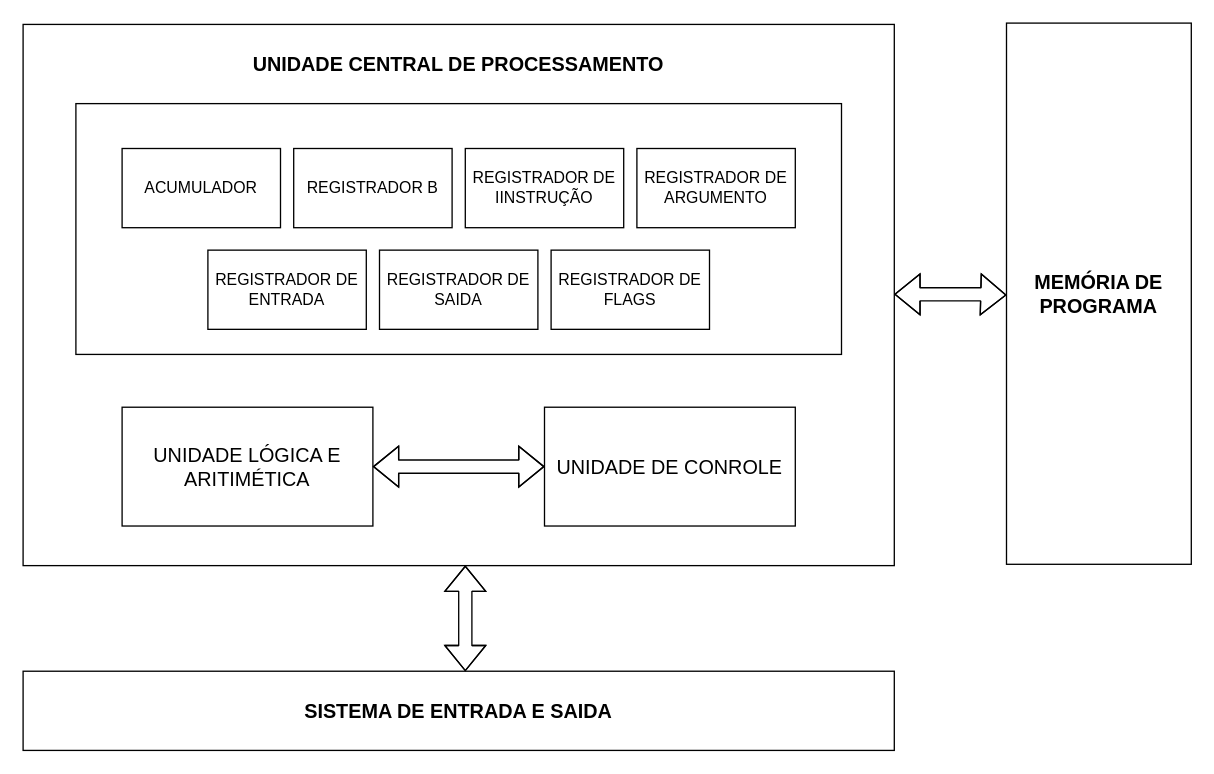
Earlier version of the draw.io diagram Solon-Tavares-Computer-1/arquitetura-hardware/ArquiteturaSTC1.drawio (Vinicius-Moraes20/computadores). Source tidied: cells renumbered, new cells numbered last; positions are measured from the earlier drawing's top-left corner, leaving out a move shared by most shapes. Both pictures are drawn from the tidied source at 132%, with x=0, y=0 at pixel (22, 22).
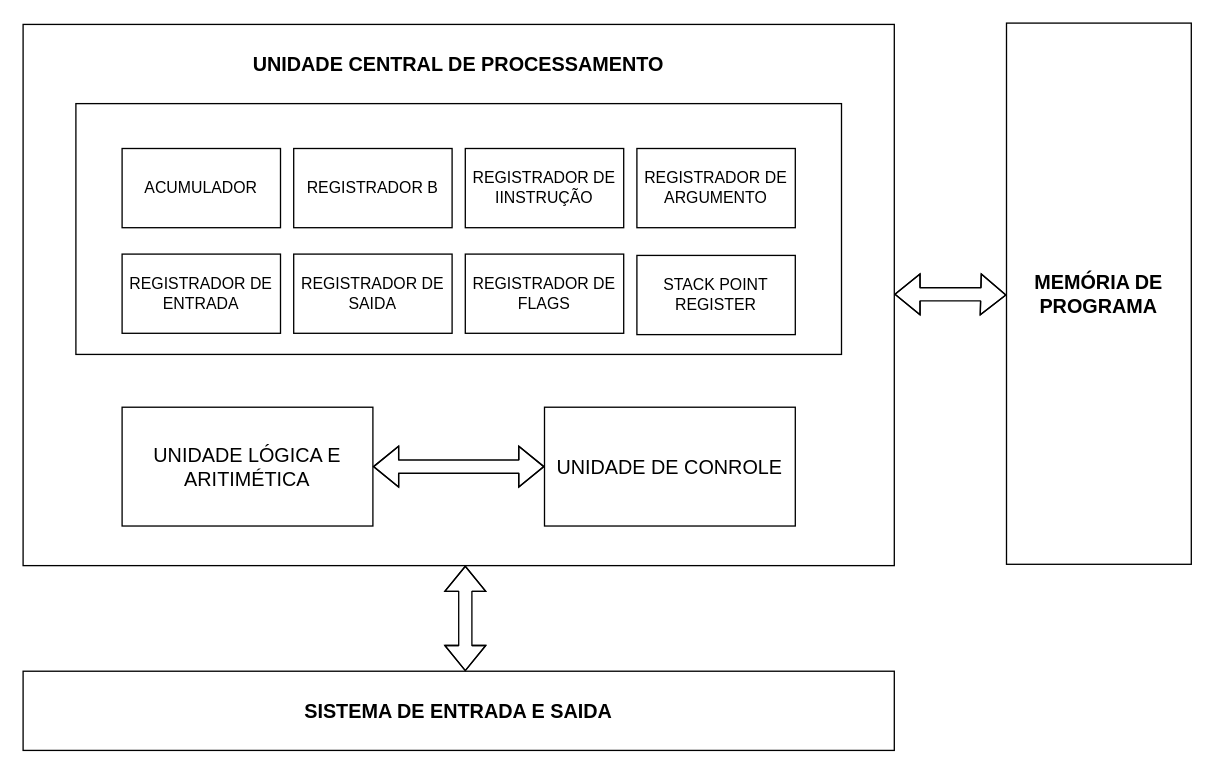
The same diagram, later.

What changed in the source:
```diff
@@
     <mxCell id="9" value="REGISTRADOR DE ENTRADA" style="rounded=0;whiteSpace=wrap;html=1;fillColor=none;" parent="1" vertex="1">
-      <mxGeometry x="140" y="172" width="120" height="60" as="geometry" />
+      <mxGeometry x="75" y="175" width="120" height="60" as="geometry" />
     </mxCell>
     <mxCell id="10" value="REGISTRADOR DE SAIDA" style="rounded=0;whiteSpace=wrap;html=1;fillColor=none;" parent="1" vertex="1">
-      <mxGeometry x="270" y="172" width="120" height="60" as="geometry" />
+      <mxGeometry x="205" y="175" width="120" height="60" as="geometry" />
     </mxCell>
@@
     <mxCell id="19" value="REGISTRADOR DE FLAGS" style="rounded=0;whiteSpace=wrap;html=1;fillColor=none;" parent="1" vertex="1">
-      <mxGeometry x="400" y="172" width="120" height="60" as="geometry" />
+      <mxGeometry x="335" y="175" width="120" height="60" as="geometry" />
     </mxCell>
+    <mxCell id="20" value="STACK POINT REGISTER" style="rounded=0;whiteSpace=wrap;html=1;fillColor=none;" parent="1" vertex="1">
+      <mxGeometry x="465" y="176" width="120" height="60" as="geometry" />
+    </mxCell>
```
